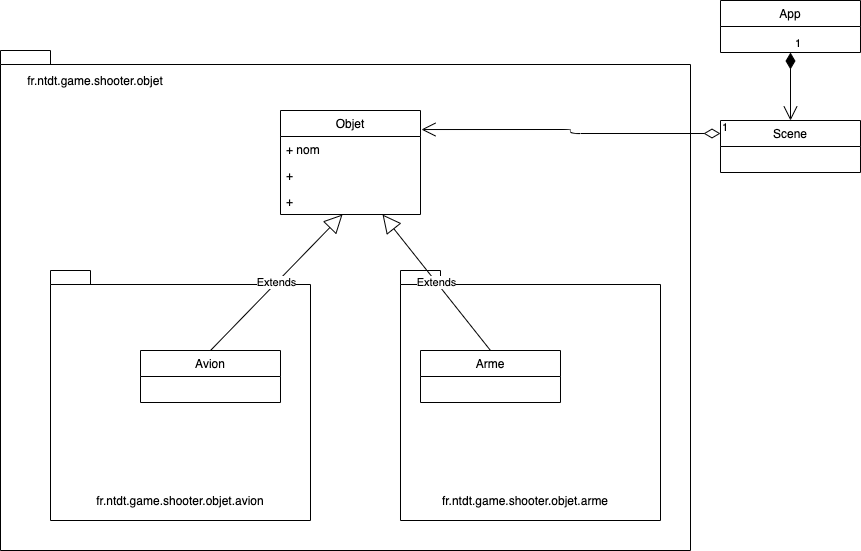
Above: tp3/diagramme-classes.png in nntran/shooter-game (draw.io), before the change. Source tidied: cells renumbered, new cells last; positions are measured from the earlier drawing's top-left corner, leaving out a move shared by most shapes. Source of this version:
```xml
<mxGraphModel background="#ffffff">
  <root>
    <mxCell id="0" />
    <mxCell id="1" parent="0" />
    <mxCell id="2" style="shape=folder;fontStyle=1;spacingTop=10;tabWidth=40;tabHeight=14;tabPosition=left;html=1;" parent="1" vertex="1">
      <mxGeometry y="50" width="690" height="500" as="geometry" />
    </mxCell>
    <mxCell id="3" style="shape=folder;fontStyle=1;spacingTop=10;tabWidth=40;tabHeight=14;tabPosition=left;html=1;" parent="1" vertex="1">
      <mxGeometry x="400" y="270" width="260" height="250" as="geometry" />
    </mxCell>
    <mxCell id="4" style="shape=folder;fontStyle=1;spacingTop=10;tabWidth=40;tabHeight=14;tabPosition=left;html=1;" parent="1" vertex="1">
      <mxGeometry x="50" y="270" width="260" height="250" as="geometry" />
    </mxCell>
    <mxCell id="5" value="Objet" style="swimlane;fontStyle=0;horizontal=1;startSize=26;fillColor=none;" parent="1" vertex="1">
      <mxGeometry x="280" y="110" width="140" height="104" as="geometry" />
    </mxCell>
    <mxCell id="6" value="+ nom" style="text;strokeColor=none;fillColor=none;align=left;verticalAlign=top;spacingLeft=4;spacingRight=4;overflow=hidden;" parent="5" vertex="1">
      <mxGeometry y="26" width="140" height="26" as="geometry" />
    </mxCell>
    <mxCell id="7" value="+ &#10;" style="text;strokeColor=none;fillColor=none;align=left;verticalAlign=top;spacingLeft=4;spacingRight=4;overflow=hidden;points=[[0,0.5],[1,0.5]];portConstraint=eastwest;" parent="5" vertex="1">
      <mxGeometry y="52" width="140" height="26" as="geometry" />
    </mxCell>
    <mxCell id="8" value="+ " style="text;strokeColor=none;fillColor=none;align=left;verticalAlign=top;spacingLeft=4;spacingRight=4;overflow=hidden;points=[[0,0.5],[1,0.5]];portConstraint=eastwest;" parent="5" vertex="1">
      <mxGeometry y="78" width="140" height="26" as="geometry" />
    </mxCell>
    <mxCell id="9" value="Scene" style="swimlane;fontStyle=0;horizontal=1;startSize=26;fillColor=none;" parent="1" vertex="1">
      <mxGeometry x="720" y="120" width="140" height="52" as="geometry" />
    </mxCell>
    <mxCell id="10" value="Avion" style="swimlane;fontStyle=0;horizontal=1;startSize=26;fillColor=none;" parent="1" vertex="1">
      <mxGeometry x="140" y="350" width="140" height="52" as="geometry" />
    </mxCell>
    <mxCell id="11" value="Extends" style="endArrow=block;endSize=16;endFill=0;html=1;entryX=0.443;entryY=1;entryDx=0;entryDy=0;entryPerimeter=0;exitX=0.5;exitY=0;exitDx=0;exitDy=0;" parent="1" edge="1" source="10" target="8">
      <mxGeometry relative="1" as="geometry" />
    </mxCell>
    <mxCell id="12" value="Arme" style="swimlane;fontStyle=0;horizontal=1;startSize=26;fillColor=none;" parent="1" vertex="1">
      <mxGeometry x="420" y="350" width="140" height="52" as="geometry" />
    </mxCell>
    <mxCell id="13" value="Extends" style="endArrow=block;endSize=16;endFill=0;html=1;entryX=0.443;entryY=1;entryDx=0;entryDy=0;entryPerimeter=0;exitX=0.5;exitY=0;exitDx=0;exitDy=0;" parent="1" edge="1" source="12">
      <mxGeometry relative="1" as="geometry">
        <mxPoint x="382" y="214" as="targetPoint" />
      </mxGeometry>
    </mxCell>
    <mxCell id="14" value="1" style="endArrow=open;html=1;endSize=12;startArrow=diamondThin;startSize=14;startFill=0;edgeStyle=orthogonalEdgeStyle;align=left;verticalAlign=bottom;entryX=1.007;entryY=0.183;entryDx=0;entryDy=0;entryPerimeter=0;exitX=0;exitY=0.25;exitDx=0;exitDy=0;" parent="1" edge="1" source="9" target="5">
      <mxGeometry x="-1" y="3" relative="1" as="geometry" />
    </mxCell>
    <mxCell id="15" value="App" style="swimlane;fontStyle=0;horizontal=1;startSize=26;fillColor=none;" parent="1" vertex="1">
      <mxGeometry x="720" width="140" height="52" as="geometry" />
    </mxCell>
    <mxCell id="16" value="1" style="endArrow=open;html=1;endSize=12;startArrow=diamondThin;startSize=14;startFill=1;edgeStyle=orthogonalEdgeStyle;align=left;verticalAlign=bottom;exitX=0.5;exitY=1;exitDx=0;exitDy=0;entryX=0.5;entryY=0;entryDx=0;entryDy=0;" parent="1" edge="1" source="15" target="9">
      <mxGeometry x="-1" y="3" relative="1" as="geometry" />
    </mxCell>
    <mxCell id="17" value="fr.ntdt.game.shooter.objet" style="text;html=1;strokeColor=none;fillColor=none;align=center;verticalAlign=middle;whiteSpace=wrap;rounded=0;" parent="1" vertex="1">
      <mxGeometry x="10" y="70" width="170" height="20" as="geometry" />
    </mxCell>
    <mxCell id="18" value="fr.ntdt.game.shooter.objet.avion" style="text;html=1;strokeColor=none;fillColor=none;align=center;verticalAlign=middle;whiteSpace=wrap;rounded=0;" parent="1" vertex="1">
      <mxGeometry x="75" y="490" width="210" height="20" as="geometry" />
    </mxCell>
    <mxCell id="19" value="fr.ntdt.game.shooter.objet.arme" style="text;html=1;strokeColor=none;fillColor=none;align=center;verticalAlign=middle;whiteSpace=wrap;rounded=0;" parent="1" vertex="1">
      <mxGeometry x="420" y="490" width="210" height="20" as="geometry" />
    </mxCell>
  </root>
</mxGraphModel>
```
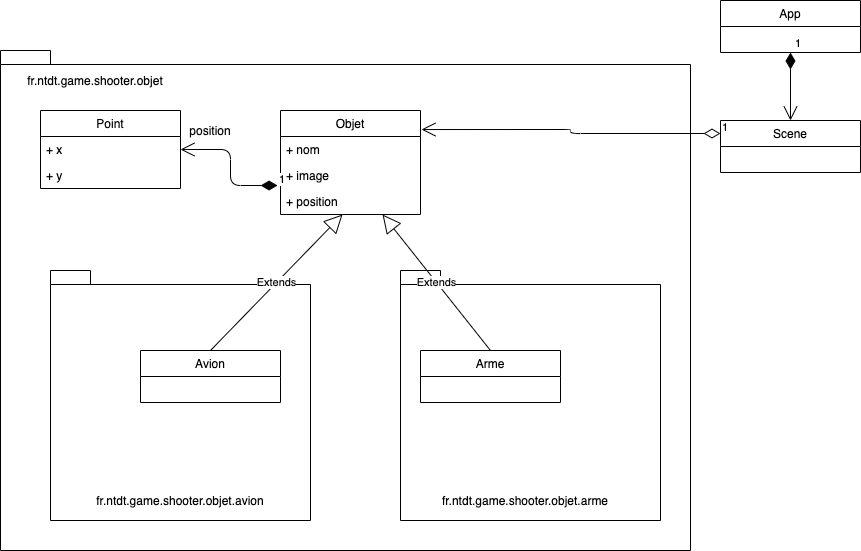
The same file after the commit.

Commit message:
Modif diagramme des classes

The edit, as a diff of the source:
```diff
@@ -17,10 +17,10 @@
     <mxCell id="6" value="+ nom" style="text;strokeColor=none;fillColor=none;align=left;verticalAlign=top;spacingLeft=4;spacingRight=4;overflow=hidden;" parent="5" vertex="1">
       <mxGeometry y="26" width="140" height="26" as="geometry" />
     </mxCell>
-    <mxCell id="7" value="+ &#10;" style="text;strokeColor=none;fillColor=none;align=left;verticalAlign=top;spacingLeft=4;spacingRight=4;overflow=hidden;points=[[0,0.5],[1,0.5]];portConstraint=eastwest;" parent="5" vertex="1">
+    <mxCell id="7" value="+ image&#10;" style="text;strokeColor=none;fillColor=none;align=left;verticalAlign=top;spacingLeft=4;spacingRight=4;overflow=hidden;points=[[0,0.5],[1,0.5]];portConstraint=eastwest;" parent="5" vertex="1">
       <mxGeometry y="52" width="140" height="26" as="geometry" />
     </mxCell>
-    <mxCell id="8" value="+ " style="text;strokeColor=none;fillColor=none;align=left;verticalAlign=top;spacingLeft=4;spacingRight=4;overflow=hidden;points=[[0,0.5],[1,0.5]];portConstraint=eastwest;" parent="5" vertex="1">
+    <mxCell id="8" value="+ position" style="text;strokeColor=none;fillColor=none;align=left;verticalAlign=top;spacingLeft=4;spacingRight=4;overflow=hidden;points=[[0,0.5],[1,0.5]];portConstraint=eastwest;" parent="5" vertex="1">
       <mxGeometry y="78" width="140" height="26" as="geometry" />
     </mxCell>
     <mxCell id="9" value="Scene" style="swimlane;fontStyle=0;horizontal=1;startSize=26;fillColor=none;" parent="1" vertex="1">
@@ -58,5 +58,20 @@
     <mxCell id="19" value="fr.ntdt.game.shooter.objet.arme" style="text;html=1;strokeColor=none;fillColor=none;align=center;verticalAlign=middle;whiteSpace=wrap;rounded=0;" parent="1" vertex="1">
       <mxGeometry x="420" y="490" width="210" height="20" as="geometry" />
     </mxCell>
+    <mxCell id="20" value="Point" style="swimlane;fontStyle=0;horizontal=1;startSize=26;fillColor=none;" parent="1" vertex="1">
+      <mxGeometry x="40" y="110" width="140" height="78" as="geometry" />
+    </mxCell>
+    <mxCell id="21" value="+ x" style="text;strokeColor=none;fillColor=none;align=left;verticalAlign=top;spacingLeft=4;spacingRight=4;overflow=hidden;points=[[0,0.5],[1,0.5]];portConstraint=eastwest;" parent="20" vertex="1">
+      <mxGeometry y="26" width="140" height="26" as="geometry" />
+    </mxCell>
+    <mxCell id="22" value="+ y&#10;" style="text;strokeColor=none;fillColor=none;align=left;verticalAlign=top;spacingLeft=4;spacingRight=4;overflow=hidden;" parent="20" vertex="1">
+      <mxGeometry y="52" width="140" height="26" as="geometry" />
+    </mxCell>
+    <mxCell id="23" value="1" style="endArrow=open;html=1;endSize=12;startArrow=diamondThin;startSize=14;startFill=1;edgeStyle=orthogonalEdgeStyle;align=left;verticalAlign=bottom;exitX=-0.021;exitY=0.885;exitDx=0;exitDy=0;exitPerimeter=0;entryX=1;entryY=0.5;entryDx=0;entryDy=0;" parent="1" edge="1" source="7" target="21">
+      <mxGeometry x="-1" y="3" relative="1" as="geometry" />
+    </mxCell>
+    <mxCell id="24" value="position" style="text;html=1;strokeColor=none;fillColor=none;align=center;verticalAlign=middle;whiteSpace=wrap;rounded=0;" parent="1" vertex="1">
+      <mxGeometry x="190" y="120" width="40" height="20" as="geometry" />
+    </mxCell>
   </root>
 </mxGraphModel>
```
